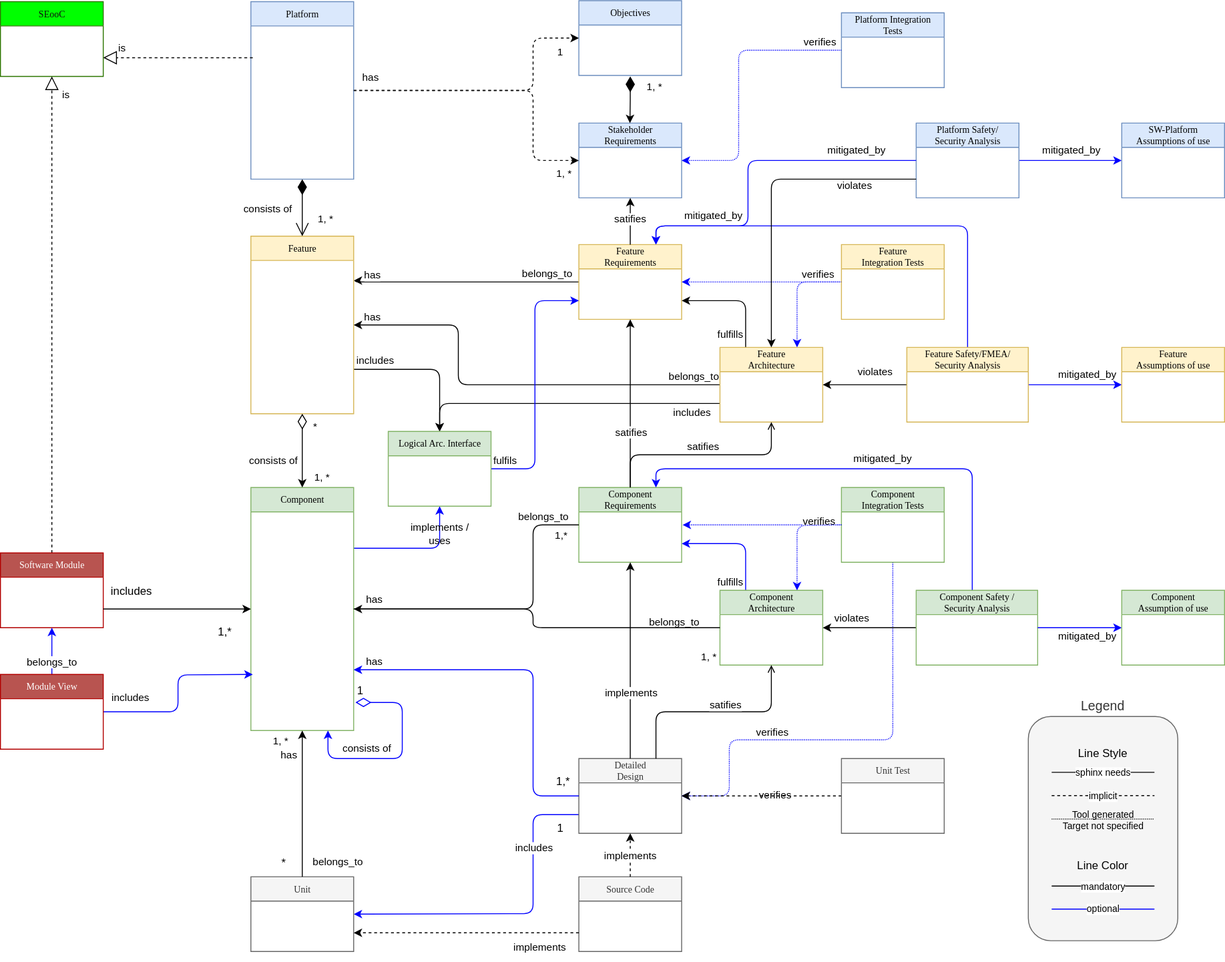
Above: pr-524/_images/score_building_blocks_meta_model.drawio.svg in eclipse-score/process_description (draw.io), before the change. Source tidied: cells renumbered, new cells last; positions are measured from the earlier drawing's top-left corner, leaving out a move shared by most shapes.
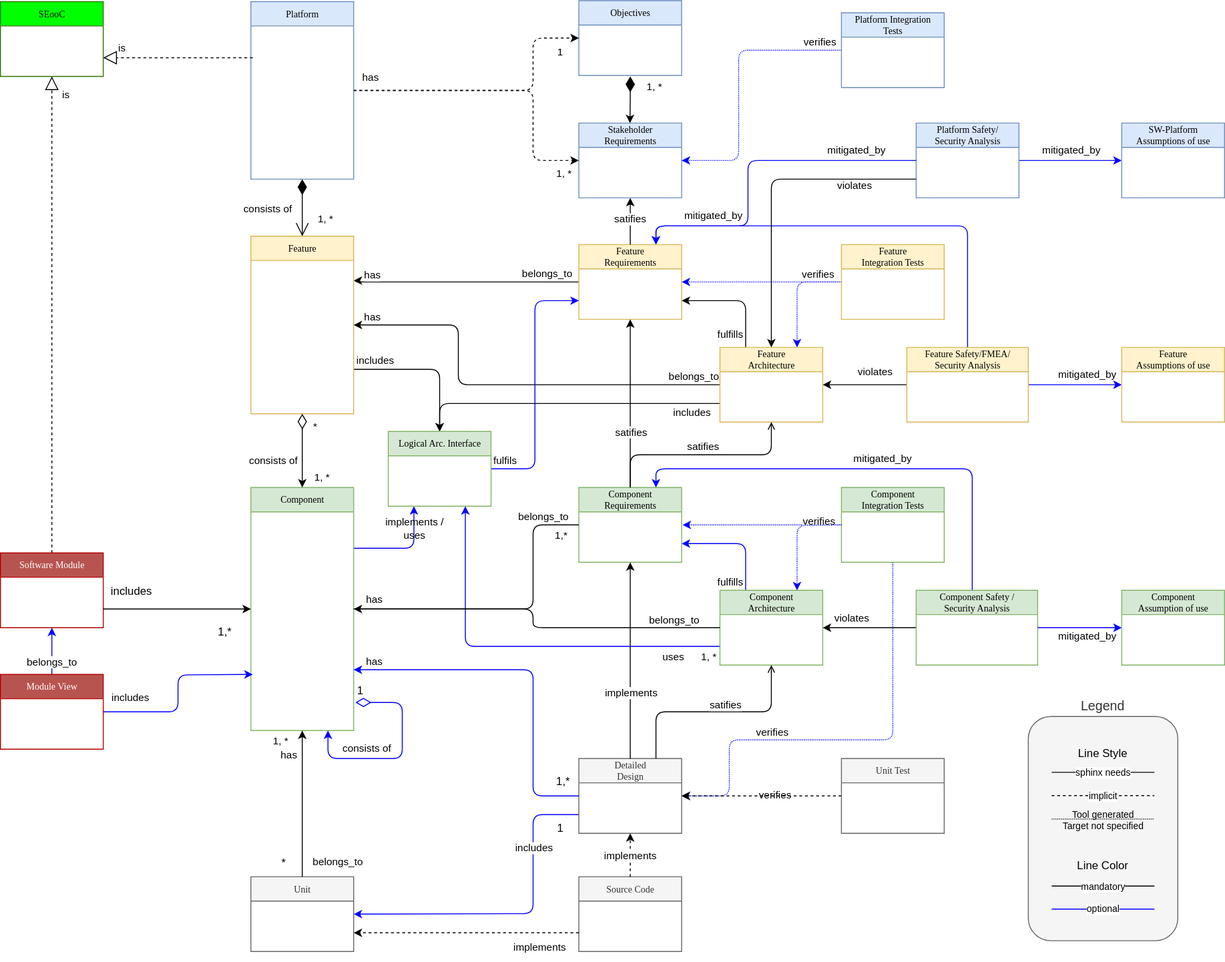
After the change.

Change to the diagram source:
```diff
@@ -28,10 +28,10 @@
     <mxCell id="6" value="Feature" style="swimlane;html=1;fontStyle=0;horizontal=1;startSize=26;fillColor=#fff2cc;swimlaneFillColor=#ffffff;rounded=0;shadow=0;comic=0;labelBackgroundColor=none;strokeWidth=1;fontFamily=Verdana;fontSize=10;align=center;strokeColor=#d6b656;" parent="1" vertex="1">
       <mxGeometry x="268" y="252" width="110" height="190" as="geometry" />
     </mxCell>
-    <mxCell id="7" value="implements /&amp;nbsp;&lt;br&gt;uses" style="edgeStyle=orthogonalEdgeStyle;html=1;exitX=1;exitY=0.25;exitDx=0;exitDy=0;entryX=0.5;entryY=1;entryDx=0;entryDy=0;labelBackgroundColor=none;strokeColor=#0000FF;" parent="1" edge="1" source="8" target="116">
+    <mxCell id="7" value="implements /&amp;nbsp;&lt;br&gt;uses" style="edgeStyle=orthogonalEdgeStyle;html=1;exitX=1;exitY=0.25;exitDx=0;exitDy=0;entryX=0.25;entryY=1;entryDx=0;entryDy=0;labelBackgroundColor=none;strokeColor=#0000FF;" parent="1" edge="1" source="8" target="116">
       <mxGeometry x="0.56" relative="1" as="geometry">
         <Array as="points">
-          <mxPoint x="470" y="586" />
+          <mxPoint x="443" y="586" />
         </Array>
       </mxGeometry>
     </mxCell>
@@ -233,6 +233,9 @@
         <mxPoint x="-4" y="34" as="offset" />
       </mxGeometry>
     </mxCell>
+    <mxCell id="128" value="uses" style="edgeStyle=orthogonalEdgeStyle;html=1;exitX=0;exitY=0.75;exitDx=0;exitDy=0;entryX=0.75;entryY=1;entryDx=0;entryDy=0;strokeColor=#0000FF;verticalAlign=top;spacing=0;" parent="1" edge="1" source="51" target="116">
+      <mxGeometry x="-0.76" relative="1" as="geometry" />
+    </mxCell>
     <mxCell id="51" value="Component&lt;br&gt;Architecture" style="swimlane;html=1;fontStyle=0;horizontal=1;startSize=26;fillColor=#d5e8d4;swimlaneFillColor=#ffffff;rounded=0;shadow=0;comic=0;labelBackgroundColor=none;strokeWidth=1;fontFamily=Verdana;fontSize=10;align=center;strokeColor=#82b366;" parent="1" vertex="1">
       <mxGeometry x="770" y="631" width="110" height="80" as="geometry" />
     </mxCell>
@@ -255,7 +258,7 @@
         </Array>
       </mxGeometry>
     </mxCell>
-    <mxCell id="55" value="belongs_to&lt;br&gt;&lt;div&gt;&lt;br&gt;&lt;/div&gt;" style="edgeLabel;html=1;align=center;verticalAlign=middle;labelBackgroundColor=none;" parent="54" vertex="1">
+    <mxCell id="55" value="belongs_to" style="edgeLabel;html=1;align=center;verticalAlign=bottom;labelBackgroundColor=none;spacing=2;" parent="54" vertex="1">
       <mxGeometry x="0.84" y="2" relative="1" as="geometry">
         <mxPoint x="-18" y="2" as="offset" />
       </mxGeometry>
```
